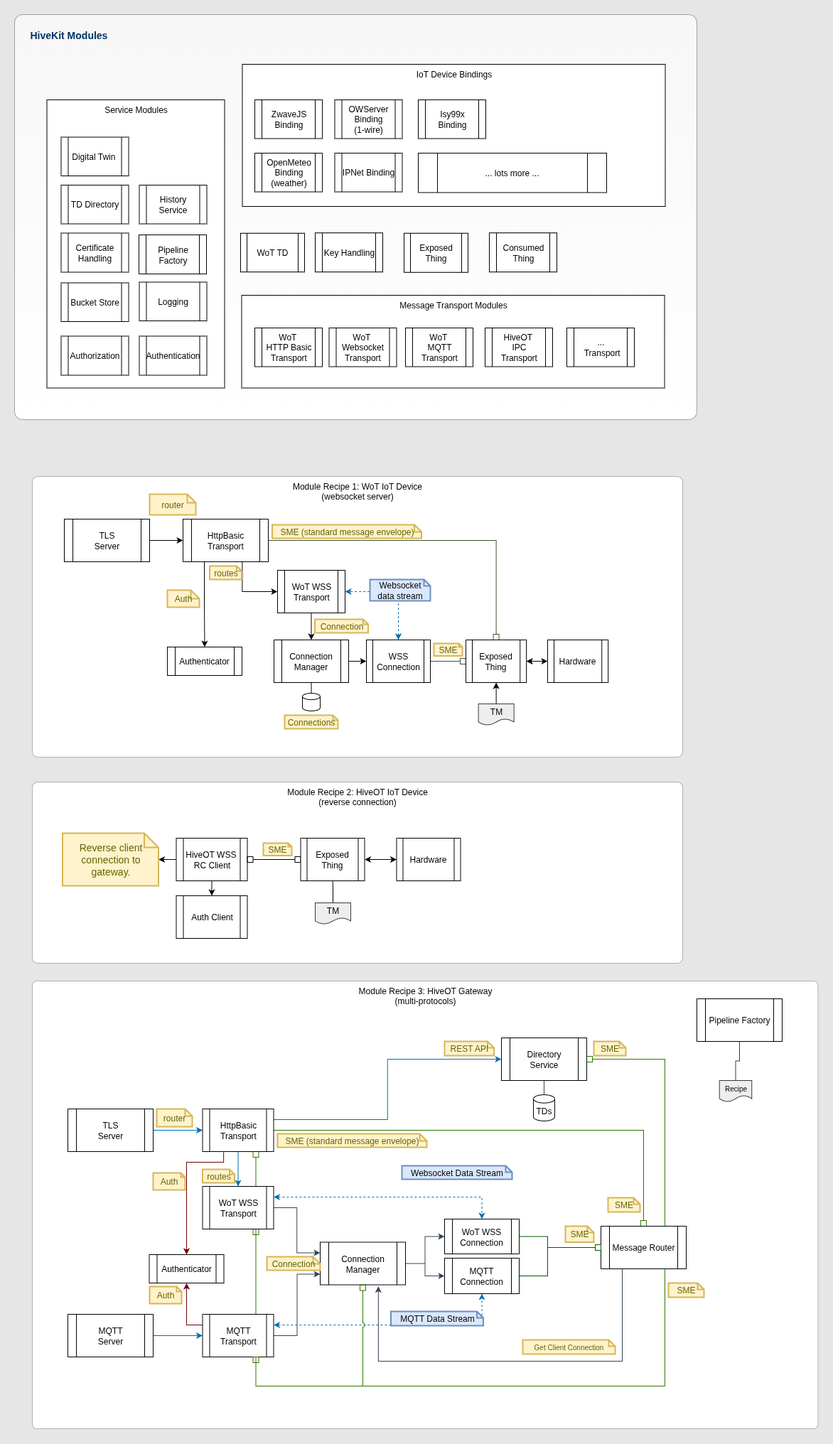
hiveot/hivekit keeps this draw.io diagram as docs/hivekit-overview.png. Above is the earlier version. Source tidied: cells renumbered, new cells last; positions are measured from the earlier drawing's top-left corner, leaving out a move shared by most shapes.
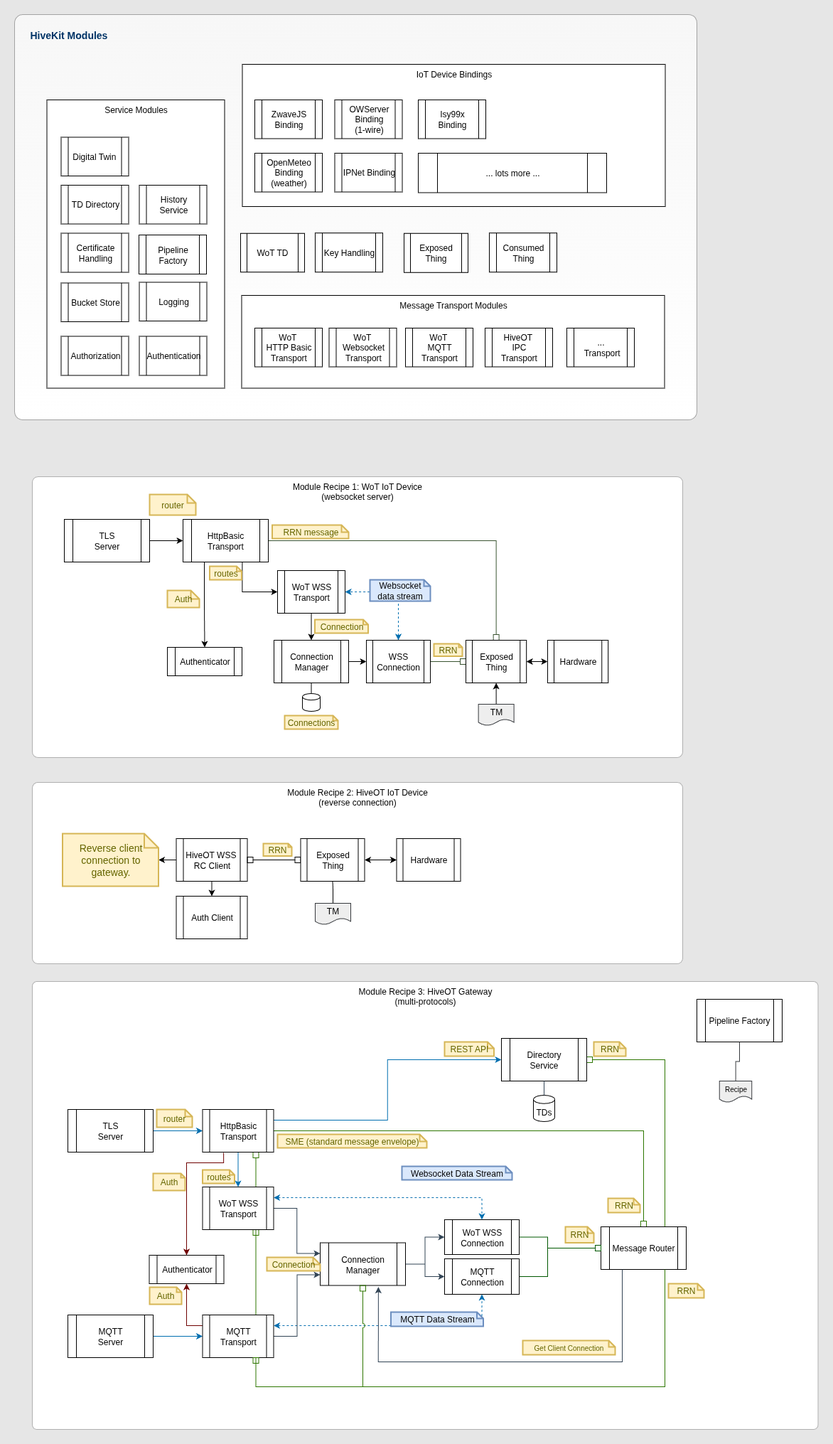
After the commit.

Diff of the diagram source:
```diff
@@ -267,16 +267,16 @@
     <mxCell id="76" value="Connection" style="shape=note;strokeWidth=2;fontSize=12;size=10;whiteSpace=wrap;html=1;fillColor=#fff2cc;strokeColor=#d6b656;fontColor=#666600;align=center;" parent="8" vertex="1">
       <mxGeometry x="355" y="1748" width="75" height="19" as="geometry" />
     </mxCell>
-    <mxCell id="77" value="SME" style="shape=note;strokeWidth=2;fontSize=12;size=9;whiteSpace=wrap;html=1;fillColor=#fff2cc;strokeColor=#d6b656;fontColor=#666600;" parent="8" vertex="1">
+    <mxCell id="77" value="&lt;span style=&quot;color: rgb(102, 102, 0);&quot;&gt;RRN&lt;/span&gt;" style="shape=note;strokeWidth=2;fontSize=12;size=9;whiteSpace=wrap;html=1;fillColor=#fff2cc;strokeColor=#d6b656;fontColor=#666600;" parent="8" vertex="1">
       <mxGeometry x="835" y="1665" width="45" height="20" as="geometry" />
     </mxCell>
     <mxCell id="78" value="Websocket Data Stream" style="shape=note;strokeWidth=2;fontSize=12;size=9;whiteSpace=wrap;html=1;fillColor=#dae8fc;strokeColor=#6c8ebf;" parent="8" vertex="1">
       <mxGeometry x="545" y="1620" width="155" height="19" as="geometry" />
     </mxCell>
-    <mxCell id="79" value="SME" style="shape=note;strokeWidth=2;fontSize=12;size=9;whiteSpace=wrap;html=1;fillColor=#fff2cc;strokeColor=#d6b656;fontColor=#666600;" parent="8" vertex="1">
+    <mxCell id="79" value="&lt;span style=&quot;color: rgb(102, 102, 0);&quot;&gt;RRN&lt;/span&gt;" style="shape=note;strokeWidth=2;fontSize=12;size=9;whiteSpace=wrap;html=1;fillColor=#fff2cc;strokeColor=#d6b656;fontColor=#666600;" parent="8" vertex="1">
       <mxGeometry x="775" y="1705" width="40" height="22.5" as="geometry" />
     </mxCell>
-    <mxCell id="80" value="SME" style="shape=note;strokeWidth=2;fontSize=12;size=9;whiteSpace=wrap;html=1;fillColor=#fff2cc;strokeColor=#d6b656;fontColor=#666600;" parent="8" vertex="1">
+    <mxCell id="80" value="&lt;span style=&quot;color: rgb(102, 102, 0);&quot;&gt;RRN&lt;/span&gt;" style="shape=note;strokeWidth=2;fontSize=12;size=9;whiteSpace=wrap;html=1;fillColor=#fff2cc;strokeColor=#d6b656;fontColor=#666600;" parent="8" vertex="1">
       <mxGeometry x="920" y="1785" width="50" height="20" as="geometry" />
     </mxCell>
     <mxCell id="81" value="Get Client Connection" style="shape=note;strokeWidth=2;fontSize=10;size=9;whiteSpace=wrap;html=1;fillColor=#fff2cc;strokeColor=#d6b656;fontColor=#666600;" parent="8" vertex="1">
@@ -324,7 +324,7 @@
     <mxCell id="95" value="router" style="shape=note;strokeWidth=2;fontSize=12;size=12;whiteSpace=wrap;html=1;fillColor=#fff2cc;strokeColor=#d6b656;fontColor=#666600;" parent="8" vertex="1">
       <mxGeometry x="190" y="675" width="65" height="29" as="geometry" />
     </mxCell>
-    <mxCell id="96" value="SME" style="shape=note;strokeWidth=2;fontSize=12;size=5;whiteSpace=wrap;html=1;fillColor=#fff2cc;strokeColor=#d6b656;fontColor=#666600;" parent="8" vertex="1">
+    <mxCell id="96" value="RRN" style="shape=note;strokeWidth=2;fontSize=12;size=5;whiteSpace=wrap;html=1;fillColor=#fff2cc;strokeColor=#d6b656;fontColor=#666600;" parent="8" vertex="1">
       <mxGeometry x="590" y="885" width="40" height="17.5" as="geometry" />
     </mxCell>
     <mxCell id="97" style="edgeStyle=orthogonalEdgeStyle;rounded=0;jettySize=auto;html=1;entryX=0;entryY=0.5;entryDx=0;entryDy=0;startArrow=none;startFill=0;endArrow=box;endFill=0;fillColor=#6d8764;strokeColor=#3A5431;" parent="8" edge="1" source="99" target="103">
@@ -360,7 +360,7 @@
     <mxCell id="107" value="routes" style="shape=note;strokeWidth=2;fontSize=12;size=7;whiteSpace=wrap;html=1;fillColor=#fff2cc;strokeColor=#d6b656;fontColor=#666600;" parent="8" vertex="1">
       <mxGeometry x="274.5" y="776" width="45" height="19" as="geometry" />
     </mxCell>
-    <mxCell id="108" value="SME" style="shape=note;strokeWidth=2;fontSize=12;size=5;whiteSpace=wrap;html=1;fillColor=#fff2cc;strokeColor=#d6b656;fontColor=#666600;" parent="8" vertex="1">
+    <mxCell id="108" value="RRN" style="shape=note;strokeWidth=2;fontSize=12;size=5;whiteSpace=wrap;html=1;fillColor=#fff2cc;strokeColor=#d6b656;fontColor=#666600;" parent="8" vertex="1">
       <mxGeometry x="350" y="1166" width="40" height="17.5" as="geometry" />
     </mxCell>
     <mxCell id="109" style="edgeStyle=orthogonalEdgeStyle;rounded=0;jettySize=auto;html=1;entryX=0;entryY=0.5;entryDx=0;entryDy=0;startArrow=classic;startFill=1;" parent="8" edge="1" source="110" target="111">
@@ -397,8 +397,8 @@
     <mxCell id="116" value="MQTT Data Stream" style="shape=note;strokeWidth=2;fontSize=12;size=9;whiteSpace=wrap;html=1;fillColor=#dae8fc;strokeColor=#6c8ebf;" parent="8" vertex="1">
       <mxGeometry x="529.5" y="1825" width="130" height="20" as="geometry" />
     </mxCell>
-    <mxCell id="117" value="SME (standard message envelope)" style="shape=note;strokeWidth=2;fontSize=12;size=10;whiteSpace=wrap;html=1;fillColor=#fff2cc;strokeColor=#d6b656;fontColor=#666600;" parent="8" vertex="1">
-      <mxGeometry x="362.5" y="718" width="210" height="19" as="geometry" />
+    <mxCell id="117" value="RRN message" style="shape=note;strokeWidth=2;fontSize=12;size=10;whiteSpace=wrap;html=1;fillColor=#fff2cc;strokeColor=#d6b656;fontColor=#666600;" parent="8" vertex="1">
+      <mxGeometry x="362.5" y="718" width="107.5" height="19" as="geometry" />
     </mxCell>
     <mxCell id="118" style="edgeStyle=orthogonalEdgeStyle;rounded=0;jettySize=auto;html=1;endArrow=none;endFill=0;fillColor=#eeeeee;strokeColor=#36393d;" parent="8" edge="1" source="119" target="61">
       <mxGeometry relative="1" as="geometry" />
@@ -412,7 +412,7 @@
     <mxCell id="121" value="REST API" style="shape=note;strokeWidth=2;fontSize=12;size=9;whiteSpace=wrap;html=1;fillColor=#fff2cc;strokeColor=#d6b656;fontColor=#666600;" parent="8" vertex="1">
       <mxGeometry x="605" y="1445" width="69.5" height="20" as="geometry" />
     </mxCell>
-    <mxCell id="122" value="SME" style="shape=note;strokeWidth=2;fontSize=12;size=9;whiteSpace=wrap;html=1;fillColor=#fff2cc;strokeColor=#d6b656;fontColor=#666600;" parent="8" vertex="1">
+    <mxCell id="122" value="&lt;span style=&quot;color: rgb(102, 102, 0);&quot;&gt;RRN&lt;/span&gt;" style="shape=note;strokeWidth=2;fontSize=12;size=9;whiteSpace=wrap;html=1;fillColor=#fff2cc;strokeColor=#d6b656;fontColor=#666600;" parent="8" vertex="1">
       <mxGeometry x="815" y="1445" width="45" height="20" as="geometry" />
     </mxCell>
     <mxCell id="123" value="TDs" style="shape=cylinder3;whiteSpace=wrap;html=1;boundedLbl=1;backgroundOutline=1;size=5.85714285714289;" parent="8" vertex="1">
```
